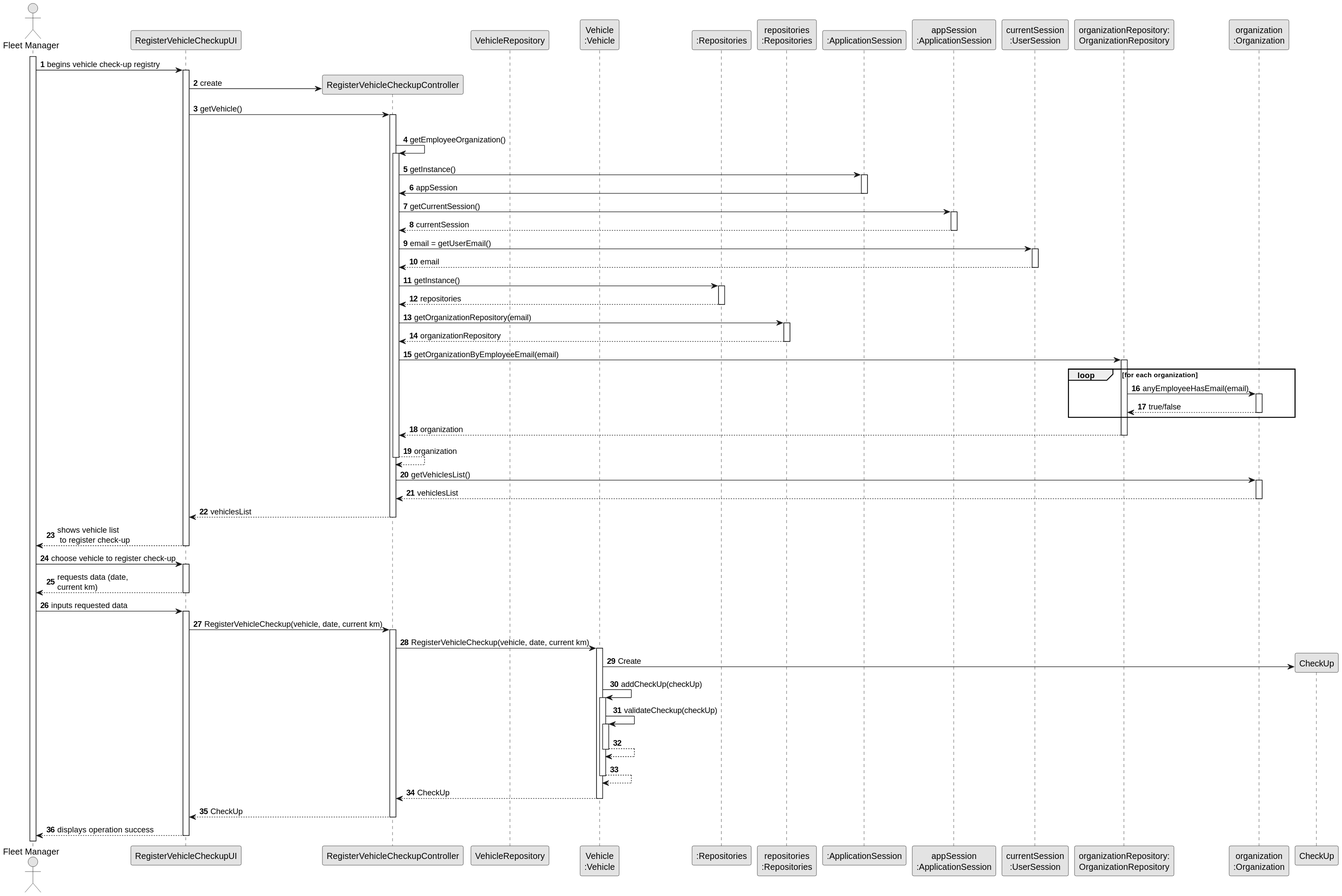
Before: docs/sprintB/us007/03.design/svg/us007-sequence-diagram-full.svg, a diagram exported from PlantUML (Departamento-de-Engenharia-Informatica/lei-24-s2-1dkl-g134). Source of this version:
```plantuml
@startuml
skinparam monochrome true
skinparam packageStyle rectangle
skinparam shadowing false

autonumber

actor "Fleet Manager" as FM
participant "RegisterVehicleCheckupUI" as UI
participant "RegisterVehicleCheckupController" as CTRL
participant "VehicleRepository" as VR
participant "Vehicle\n:Vehicle" as V
participant ":Repositories" as RepositorySingleton
participant "repositories\n:Repositories" as PLAT
participant ":ApplicationSession" as _APP
participant "appSession\n:ApplicationSession" as APP
participant "currentSession\n:UserSession" as SESSAO
participant "organizationRepository:\nOrganizationRepository" as OrganizationRepository
participant "organization\n:Organization" as ORG


activate FM

        FM -> UI : begins vehicle check-up registry

        activate UI


            UI -> CTRL** : create

            UI -> CTRL : getVehicle()
            activate CTRL

                |||
                CTRL -> CTRL : getEmployeeOrganization()
                activate CTRL

                    CTRL -> _APP: getInstance()
                    activate _APP
                        _APP -> CTRL: appSession
                    deactivate _APP


                    CTRL -> APP: getCurrentSession()
                    activate APP

                        APP --> CTRL: currentSession
                    deactivate APP

                    CTRL -> SESSAO: email = getUserEmail()
                    activate SESSAO

                        SESSAO --> CTRL: email
                    deactivate SESSAO

                    CTRL -> RepositorySingleton: getInstance()
                    activate RepositorySingleton

                    RepositorySingleton --> CTRL: repositories
                    deactivate RepositorySingleton

                    CTRL -> PLAT: getOrganizationRepository(email)
                    activate PLAT

                        PLAT --> CTRL: organizationRepository
                    deactivate PLAT


                    CTRL -> OrganizationRepository: getOrganizationByEmployeeEmail(email)
                    activate OrganizationRepository

                        loop for each organization

                            OrganizationRepository -> ORG : anyEmployeeHasEmail(email)
                            activate ORG

                                 ORG --> OrganizationRepository : true/false
                            deactivate ORG
                        end
                        OrganizationRepository --> CTRL : organization
                    deactivate OrganizationRepository

                    CTRL --> CTRL : organization
                deactivate CTRL

                CTRL -> ORG: getVehiclesList()
                activate ORG

                ORG --> CTRL: vehiclesList
                deactivate ORG

                CTRL --> UI : vehiclesList
            deactivate CTRL

            UI --> FM : shows vehicle list\n to register check-up
        deactivate UI

        FM -> UI : choose vehicle to register check-up
                 activate UI

        UI -->  FM : requests data (date,\ncurrent km)
                 deactivate UI
        FM -> UI : inputs requested data
                activate UI

                 UI -> CTRL : RegisterVehicleCheckup(vehicle, date, current km)
                 activate CTRL

   CTRL -> V : RegisterVehicleCheckup(vehicle, date, current km)
                          activate V

              V -> CheckUp** : Create


              V ->V : addCheckUp(checkUp)
              activate V

              V->V : validateCheckup(checkUp)
              activate V

              V --> V
              deactivate V

              V --> V
              deactivate V

              V--->CTRL : CheckUp

                          deactivate V
              CTRL ---> UI : CheckUp
                          deactivate CTRL

              UI ---> FM : displays operation success
                          deactivate UI
@enduml
```
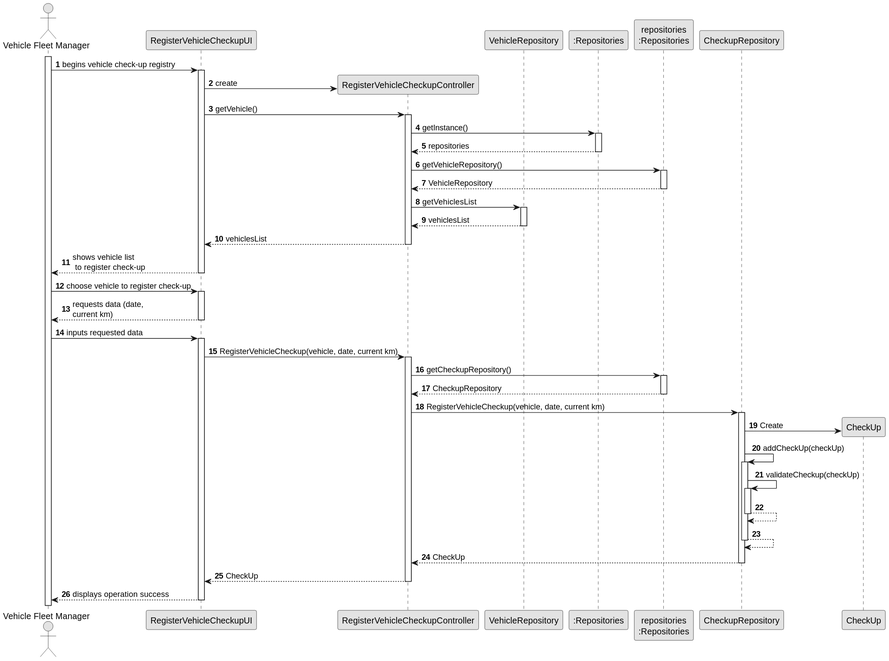
Above is the later version.

The edit, as a diff of the source:
```diff
@@ -5,18 +5,13 @@
 
 autonumber
 
-actor "Fleet Manager" as FM
+actor "Vehicle Fleet Manager" as FM
 participant "RegisterVehicleCheckupUI" as UI
 participant "RegisterVehicleCheckupController" as CTRL
 participant "VehicleRepository" as VR
-participant "Vehicle\n:Vehicle" as V
 participant ":Repositories" as RepositorySingleton
 participant "repositories\n:Repositories" as PLAT
-participant ":ApplicationSession" as _APP
-participant "appSession\n:ApplicationSession" as APP
-participant "currentSession\n:UserSession" as SESSAO
-participant "organizationRepository:\nOrganizationRepository" as OrganizationRepository
-participant "organization\n:Organization" as ORG
+participant "CheckupRepository" as CUR
 
 
 activate FM
@@ -31,63 +26,26 @@
             UI -> CTRL : getVehicle()
             activate CTRL
 
-                |||
-                CTRL -> CTRL : getEmployeeOrganization()
-                activate CTRL
-
-                    CTRL -> _APP: getInstance()
-                    activate _APP
-                        _APP -> CTRL: appSession
-                    deactivate _APP
 
 
-                    CTRL -> APP: getCurrentSession()
-                    activate APP
+                CTRL -> RepositorySingleton: getInstance()
+                activate RepositorySingleton
 
-                        APP --> CTRL: currentSession
-                    deactivate APP
+                RepositorySingleton --> CTRL: repositories
+                deactivate RepositorySingleton
 
-                    CTRL -> SESSAO: email = getUserEmail()
-                    activate SESSAO
+                CTRL -> PLAT: getVehicleRepository()
+                activate PLAT
 
-                        SESSAO --> CTRL: email
-                    deactivate SESSAO
+                PLAT --> CTRL: VehicleRepository
+                deactivate PLAT
 
-                    CTRL -> RepositorySingleton: getInstance()
-                    activate RepositorySingleton
+                CTRL->VR: getVehiclesList
+                activate VR
 
-                    RepositorySingleton --> CTRL: repositories
-                    deactivate RepositorySingleton
+                VR-->CTRL: vehiclesList
+                deactivate VR
 
-                    CTRL -> PLAT: getOrganizationRepository(email)
-                    activate PLAT
-
-                        PLAT --> CTRL: organizationRepository
-                    deactivate PLAT
-
-
-                    CTRL -> OrganizationRepository: getOrganizationByEmployeeEmail(email)
-                    activate OrganizationRepository
-
-                        loop for each organization
-
-                            OrganizationRepository -> ORG : anyEmployeeHasEmail(email)
-                            activate ORG
-
-                                 ORG --> OrganizationRepository : true/false
-                            deactivate ORG
-                        end
-                        OrganizationRepository --> CTRL : organization
-                    deactivate OrganizationRepository
-
-                    CTRL --> CTRL : organization
-                deactivate CTRL
-
-                CTRL -> ORG: getVehiclesList()
-                activate ORG
-
-                ORG --> CTRL: vehiclesList
-                deactivate ORG
 
                 CTRL --> UI : vehiclesList
             deactivate CTRL
@@ -106,27 +64,37 @@
                  UI -> CTRL : RegisterVehicleCheckup(vehicle, date, current km)
                  activate CTRL
 
-   CTRL -> V : RegisterVehicleCheckup(vehicle, date, current km)
-                          activate V
-
-              V -> CheckUp** : Create
 
 
-              V ->V : addCheckUp(checkUp)
-              activate V
+                 CTRL -> PLAT: getCheckupRepository()
+                      activate PLAT
 
-              V->V : validateCheckup(checkUp)
-              activate V
+                 PLAT --> CTRL: CheckupRepository
+                     deactivate PLAT
 
-              V --> V
-              deactivate V
+   CTRL -> CUR : RegisterVehicleCheckup(vehicle, date, current km)
+                     activate CUR
 
-              V --> V
-              deactivate V
 
-              V--->CTRL : CheckUp
 
-                          deactivate V
+              CUR -> CheckUp** : Create
+
+
+              CUR ->CUR : addCheckUp(checkUp)
+              activate CUR
+
+              CUR->CUR : validateCheckup(checkUp)
+              activate CUR
+
+              CUR --> CUR
+              deactivate CUR
+
+              CUR --> CUR
+              deactivate CUR
+
+              CUR--->CTRL : CheckUp
+
+                          deactivate CUR
               CTRL ---> UI : CheckUp
                           deactivate CTRL
 
```
